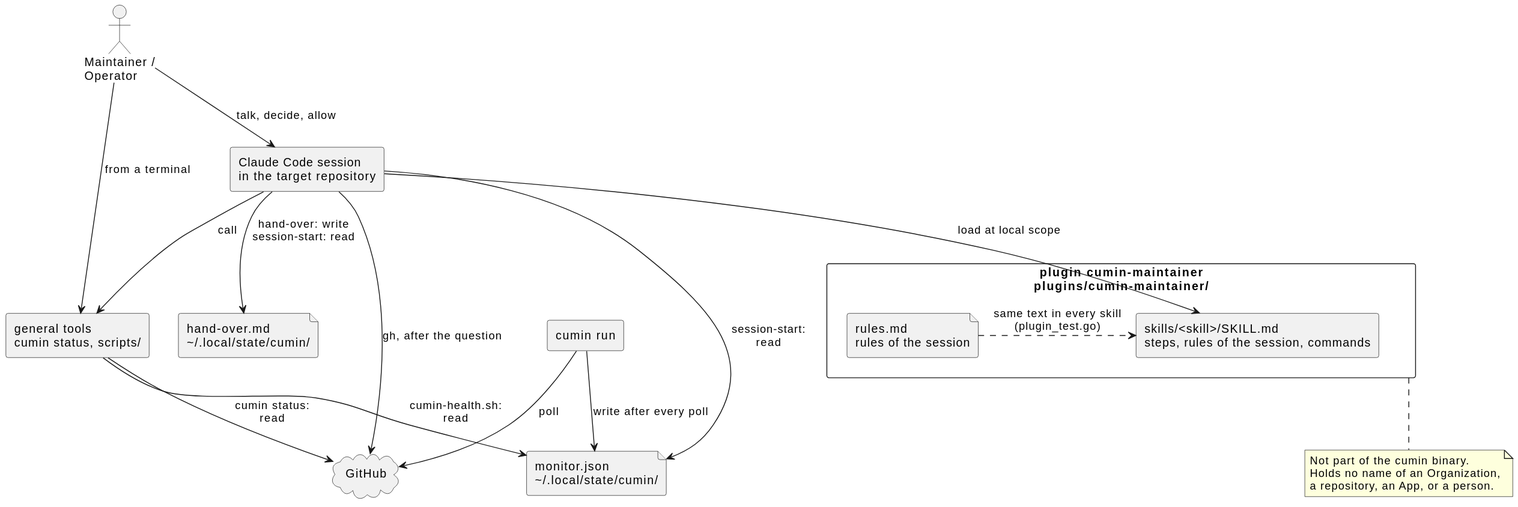
The PlantUML diagram docs/ja/guides/maintainer-skills.svg in cloveclovedev/cumin-works, before a commit.
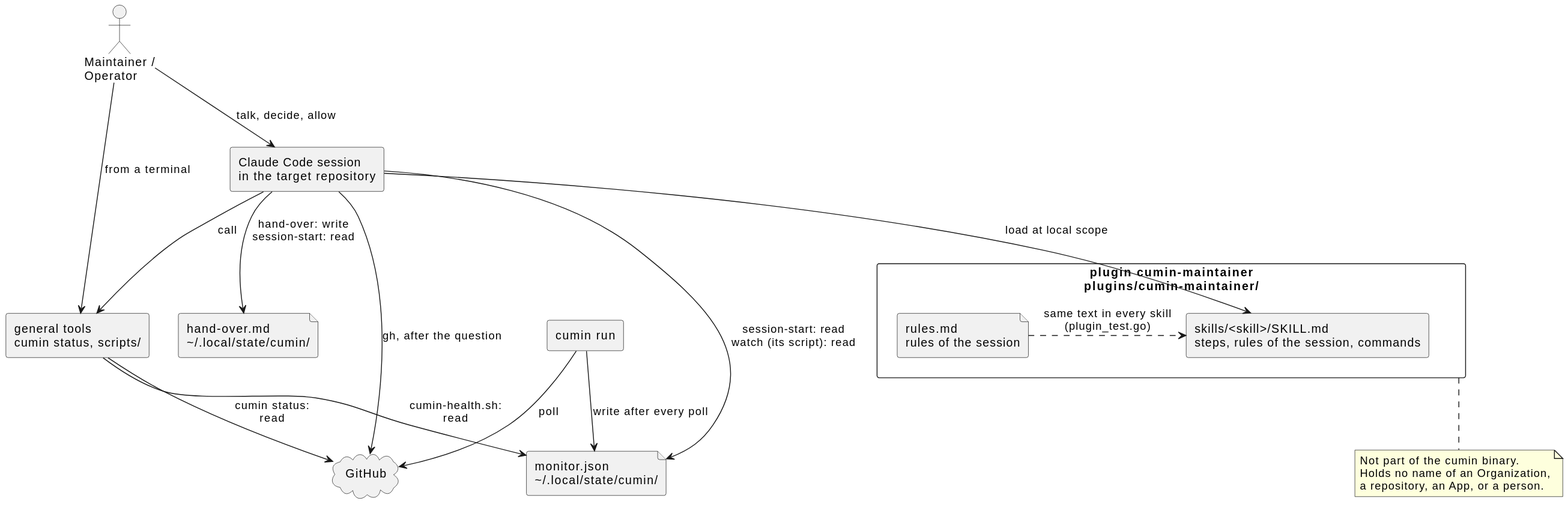
After the change.

Commit message:
feat(plugin): add the skill and the script that watch for a waiting issue (#720)

What changed in the source:
```diff
@@ -21,7 +21,7 @@
 rules .right.> skills : same text in every skill\n(plugin_test.go)
 session --> tools : call
 session --> github : gh, after the question
-session --> monitor : session-start:\nread
+session --> monitor : session-start: read\nwatch (its script): read
 session --> note : hand-over: write\nsession-start: read
 tools --> github : cumin status:\nread
 tools --> monitor : cumin-health.sh:\nread
```
